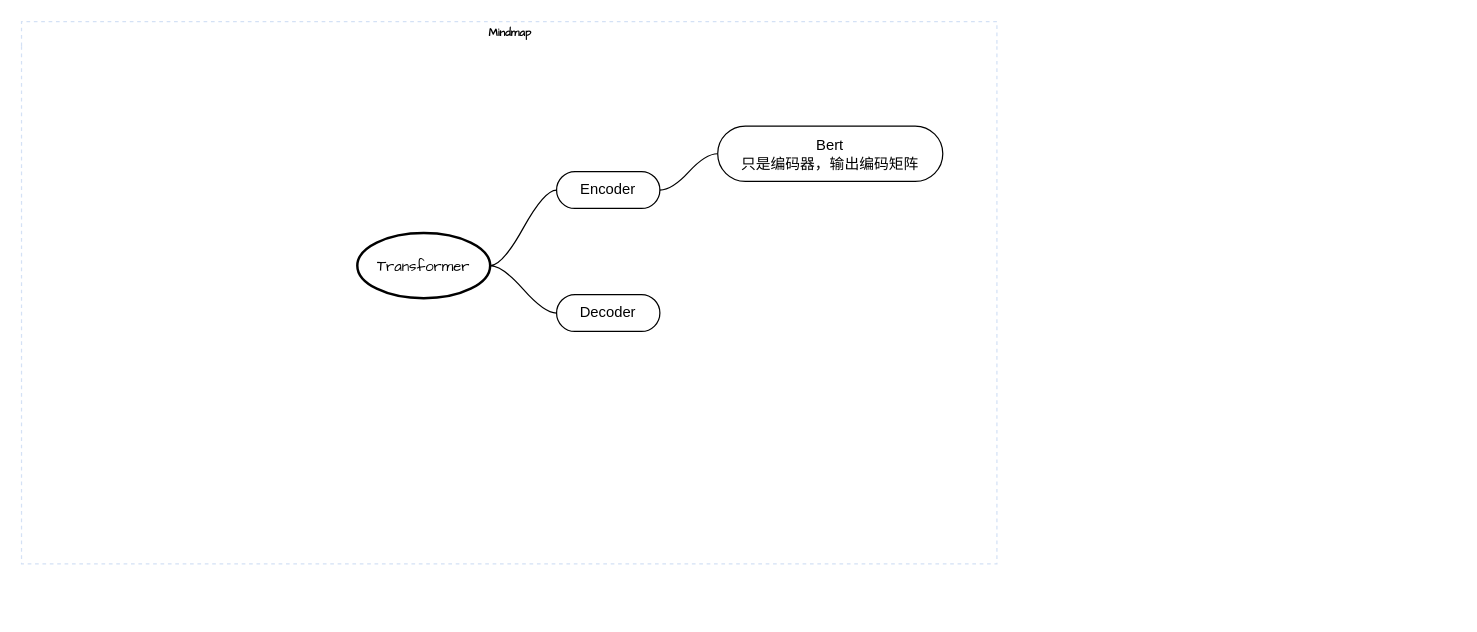
Earlier version of the draw.io diagram ai/Transformer.drawio (conglanjun/notebook_learn). Source tidied: cells renumbered, new cells numbered last; positions are measured from the earlier drawing's top-left corner, leaving out a move shared by most shapes. Both pictures are drawn from the tidied source at 123%, with x=0, y=0 at pixel (21, 21).
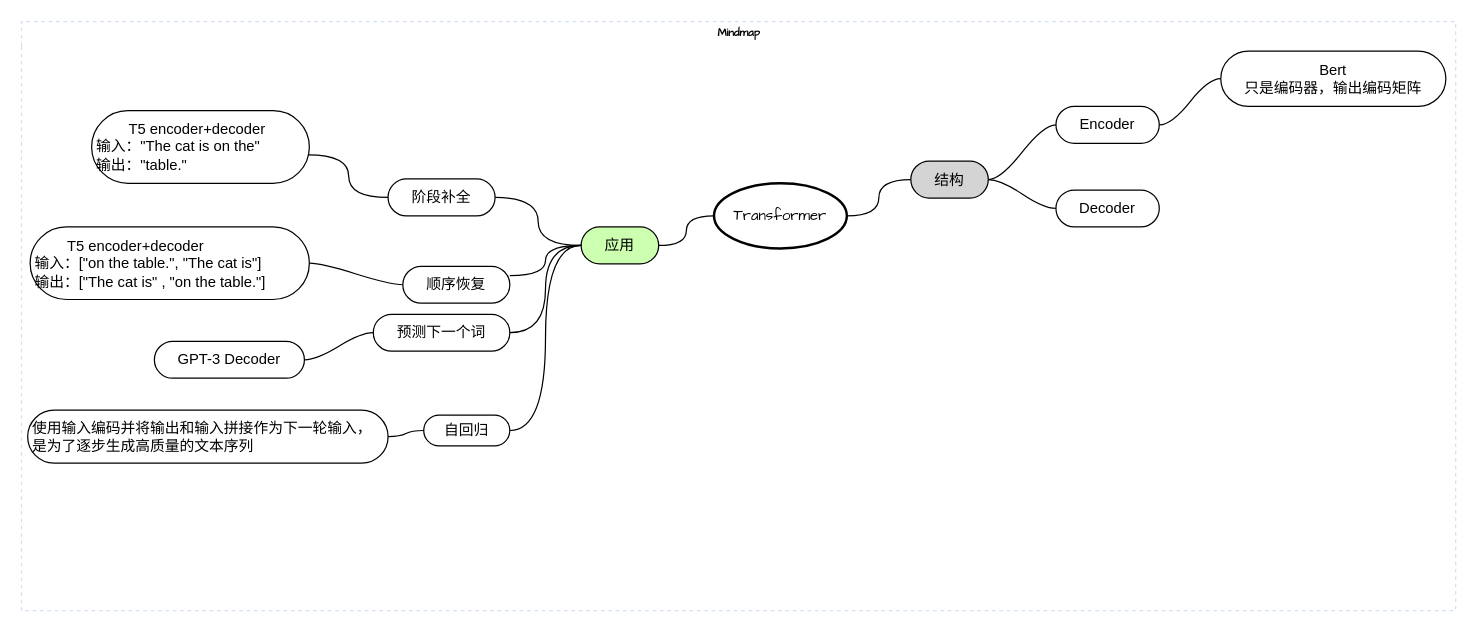
The same diagram, later.

The edit, as a diff of the source:
```diff
@@
     <mxCell id="2" value="Mindmap" style="swimlane;html=1;startSize=20;horizontal=1;containerType=tree;labelBackgroundColor=none;strokeColor=#D4E1F5;strokeWidth=1;fillColor=none;fontFamily=Comic Sans MS;fontSize=9;swimlaneLine=0;dashed=1;" parent="1" vertex="1">
-      <mxGeometry width="793" height="441" as="geometry" />
+      <mxGeometry width="1166" height="479" as="geometry" />
     </mxCell>
     <mxCell id="3" value="&lt;font face=&quot;Comic Sans MS&quot;&gt;Transformer&lt;/font&gt;" style="ellipse;whiteSpace=wrap;html=1;align=center;strokeWidth=2;" parent="2" vertex="1">
-      <mxGeometry x="273" y="172" width="108" height="53" as="geometry" />
+      <mxGeometry x="563" y="131.5" width="108" height="53" as="geometry" />
     </mxCell>
     <mxCell id="4" value="Encoder" style="whiteSpace=wrap;html=1;rounded=1;arcSize=50;align=center;verticalAlign=middle;strokeWidth=1;spacing=4;newEdgeStyle={&quot;edgeStyle&quot;:&quot;entityRelationEdgeStyle&quot;,&quot;startArrow&quot;:&quot;none&quot;,&quot;endArrow&quot;:&quot;none&quot;,&quot;segment&quot;:10,&quot;curved&quot;:1,&quot;sourcePerimeterSpacing&quot;:0,&quot;targetPerimeterSpacing&quot;:0};" parent="2" vertex="1">
-      <mxGeometry x="435" y="122" width="84" height="30" as="geometry" />
+      <mxGeometry x="841" y="69" width="84" height="30" as="geometry" />
     </mxCell>
-    <mxCell id="5" style="edgeStyle=entityRelationEdgeStyle;startArrow=none;endArrow=none;segment=10;curved=1;sourcePerimeterSpacing=0;targetPerimeterSpacing=0;rounded=0;exitX=1;exitY=0.5;exitDx=0;exitDy=0;" parent="2" edge="1" source="3" target="4">
-      <mxGeometry relative="1" as="geometry" />
-    </mxCell>
     <mxCell id="6" value="Decoder" style="whiteSpace=wrap;html=1;rounded=1;arcSize=50;align=center;verticalAlign=middle;strokeWidth=1;spacing=4;newEdgeStyle={&quot;edgeStyle&quot;:&quot;entityRelationEdgeStyle&quot;,&quot;startArrow&quot;:&quot;none&quot;,&quot;endArrow&quot;:&quot;none&quot;,&quot;segment&quot;:10,&quot;curved&quot;:1,&quot;sourcePerimeterSpacing&quot;:0,&quot;targetPerimeterSpacing&quot;:0};" parent="2" vertex="1">
-      <mxGeometry x="435" y="222" width="84" height="30" as="geometry" />
+      <mxGeometry x="841" y="137" width="84" height="30" as="geometry" />
     </mxCell>
-    <mxCell id="7" style="edgeStyle=entityRelationEdgeStyle;startArrow=none;endArrow=none;segment=10;curved=1;sourcePerimeterSpacing=0;targetPerimeterSpacing=0;rounded=0;exitX=1;exitY=0.5;exitDx=0;exitDy=0;entryX=0;entryY=0.5;entryDx=0;entryDy=0;" parent="2" edge="1" source="3" target="6">
-      <mxGeometry relative="1" as="geometry" />
-    </mxCell>
@@
     <mxCell id="9" value="Bert&lt;div&gt;只是编码器，输出编码矩阵&lt;/div&gt;" style="whiteSpace=wrap;html=1;rounded=1;arcSize=50;align=center;verticalAlign=middle;strokeWidth=1;spacing=4;newEdgeStyle={&quot;edgeStyle&quot;:&quot;entityRelationEdgeStyle&quot;,&quot;startArrow&quot;:&quot;none&quot;,&quot;endArrow&quot;:&quot;none&quot;,&quot;segment&quot;:10,&quot;curved&quot;:1,&quot;sourcePerimeterSpacing&quot;:0,&quot;targetPerimeterSpacing&quot;:0};" parent="2" vertex="1">
-      <mxGeometry x="566" y="85" width="183" height="45" as="geometry" />
+      <mxGeometry x="975" y="24" width="183" height="45" as="geometry" />
     </mxCell>
+    <mxCell id="5" style="edgeStyle=entityRelationEdgeStyle;startArrow=none;endArrow=none;segment=10;curved=1;sourcePerimeterSpacing=0;targetPerimeterSpacing=0;rounded=0;exitX=1;exitY=0.5;exitDx=0;exitDy=0;" parent="2" edge="1" source="11" target="4">
+      <mxGeometry relative="1" as="geometry">
+        <Array as="points">
+          <mxPoint x="789" y="217" />
+        </Array>
+      </mxGeometry>
+    </mxCell>
+    <mxCell id="7" style="edgeStyle=entityRelationEdgeStyle;startArrow=none;endArrow=none;segment=10;curved=1;sourcePerimeterSpacing=0;targetPerimeterSpacing=0;rounded=0;exitX=1;exitY=0.5;exitDx=0;exitDy=0;entryX=0;entryY=0.5;entryDx=0;entryDy=0;" parent="2" edge="1" source="11" target="6">
+      <mxGeometry relative="1" as="geometry" />
+    </mxCell>
+    <mxCell id="10" style="edgeStyle=orthogonalEdgeStyle;elbow=vertical;sourcePerimeterSpacing=0;targetPerimeterSpacing=0;startArrow=none;endArrow=none;rounded=0;curved=1;exitX=1;exitY=0.5;exitDx=0;exitDy=0;entryX=0;entryY=0.5;entryDx=0;entryDy=0;" parent="2" edge="1" source="3" target="11">
+      <mxGeometry relative="1" as="geometry" />
+    </mxCell>
+    <mxCell id="11" value="结构" style="whiteSpace=wrap;html=1;rounded=1;arcSize=50;align=center;verticalAlign=middle;strokeWidth=1;spacing=4;newEdgeStyle={&quot;edgeStyle&quot;:&quot;entityRelationEdgeStyle&quot;,&quot;startArrow&quot;:&quot;none&quot;,&quot;endArrow&quot;:&quot;none&quot;,&quot;segment&quot;:10,&quot;curved&quot;:1,&quot;sourcePerimeterSpacing&quot;:0,&quot;targetPerimeterSpacing&quot;:0};fillColor=#D4D4D4;" parent="2" vertex="1">
+      <mxGeometry x="723" y="113.5" width="63" height="30" as="geometry" />
+    </mxCell>
+    <mxCell id="12" value="应用" style="whiteSpace=wrap;html=1;rounded=1;arcSize=50;align=center;verticalAlign=middle;strokeWidth=1;spacing=4;newEdgeStyle={&quot;edgeStyle&quot;:&quot;entityRelationEdgeStyle&quot;,&quot;startArrow&quot;:&quot;none&quot;,&quot;endArrow&quot;:&quot;none&quot;,&quot;segment&quot;:10,&quot;curved&quot;:1,&quot;sourcePerimeterSpacing&quot;:0,&quot;targetPerimeterSpacing&quot;:0};fillColor=#CCFFAF;" parent="2" vertex="1">
+      <mxGeometry x="455" y="167" width="63" height="30" as="geometry" />
+    </mxCell>
+    <mxCell id="13" style="edgeStyle=orthogonalEdgeStyle;elbow=vertical;sourcePerimeterSpacing=0;targetPerimeterSpacing=0;startArrow=none;endArrow=none;rounded=0;curved=1;exitX=0;exitY=0.5;exitDx=0;exitDy=0;entryX=1;entryY=0.5;entryDx=0;entryDy=0;" parent="2" edge="1" source="3" target="12">
+      <mxGeometry relative="1" as="geometry" />
+    </mxCell>
+    <mxCell id="14" style="edgeStyle=orthogonalEdgeStyle;elbow=vertical;sourcePerimeterSpacing=0;targetPerimeterSpacing=0;startArrow=none;endArrow=none;rounded=0;curved=1;exitX=0;exitY=0.5;exitDx=0;exitDy=0;entryX=1;entryY=0.5;entryDx=0;entryDy=0;" parent="2" edge="1" source="12" target="15">
+      <mxGeometry relative="1" as="geometry" />
+    </mxCell>
+    <mxCell id="15" value="阶段补全" style="whiteSpace=wrap;html=1;rounded=1;arcSize=50;align=center;verticalAlign=middle;strokeWidth=1;spacing=4;newEdgeStyle={&quot;edgeStyle&quot;:&quot;entityRelationEdgeStyle&quot;,&quot;startArrow&quot;:&quot;none&quot;,&quot;endArrow&quot;:&quot;none&quot;,&quot;segment&quot;:10,&quot;curved&quot;:1,&quot;sourcePerimeterSpacing&quot;:0,&quot;targetPerimeterSpacing&quot;:0};fillColor=#FFFFFF;" parent="2" vertex="1">
+      <mxGeometry x="298" y="128" width="87" height="30" as="geometry" />
+    </mxCell>
+    <mxCell id="16" style="edgeStyle=entityRelationEdgeStyle;rounded=0;jettySize=auto;html=1;startArrow=none;endArrow=none;segment=10;curved=1;sourcePerimeterSpacing=0;targetPerimeterSpacing=0;entryX=1;entryY=0.5;entryDx=0;entryDy=0;exitX=0;exitY=0.5;exitDx=0;exitDy=0;" parent="2" edge="1" source="17" target="19">
+      <mxGeometry relative="1" as="geometry" />
+    </mxCell>
+    <mxCell id="17" value="顺序恢复" style="whiteSpace=wrap;html=1;rounded=1;arcSize=50;align=center;verticalAlign=middle;strokeWidth=1;spacing=4;newEdgeStyle={&quot;edgeStyle&quot;:&quot;entityRelationEdgeStyle&quot;,&quot;startArrow&quot;:&quot;none&quot;,&quot;endArrow&quot;:&quot;none&quot;,&quot;segment&quot;:10,&quot;curved&quot;:1,&quot;sourcePerimeterSpacing&quot;:0,&quot;targetPerimeterSpacing&quot;:0};fillColor=#FFFFFF;" parent="2" vertex="1">
+      <mxGeometry x="310" y="199" width="87" height="30" as="geometry" />
+    </mxCell>
+    <mxCell id="18" style="edgeStyle=orthogonalEdgeStyle;elbow=vertical;sourcePerimeterSpacing=0;targetPerimeterSpacing=0;startArrow=none;endArrow=none;rounded=0;curved=1;exitX=0;exitY=0.5;exitDx=0;exitDy=0;entryX=1;entryY=0.25;entryDx=0;entryDy=0;" parent="2" edge="1" source="12" target="17">
+      <mxGeometry relative="1" as="geometry" />
+    </mxCell>
+    <mxCell id="19" value="&lt;div&gt;&amp;nbsp; &amp;nbsp; &amp;nbsp; &amp;nbsp; T5&amp;nbsp;&lt;span style=&quot;background-color: transparent; color: light-dark(rgb(0, 0, 0), rgb(255, 255, 255));&quot;&gt;encoder+decoder&lt;/span&gt;&lt;/div&gt;输入：[&quot;on the table.&quot;, &quot;The cat is&quot;]&lt;div&gt;输出：[&quot;The cat is&quot; , &quot;on the table.&quot;]&lt;/div&gt;" style="whiteSpace=wrap;html=1;rounded=1;arcSize=50;align=center;verticalAlign=middle;strokeWidth=1;spacing=4;newEdgeStyle={&quot;edgeStyle&quot;:&quot;entityRelationEdgeStyle&quot;,&quot;startArrow&quot;:&quot;none&quot;,&quot;endArrow&quot;:&quot;none&quot;,&quot;segment&quot;:10,&quot;curved&quot;:1,&quot;sourcePerimeterSpacing&quot;:0,&quot;targetPerimeterSpacing&quot;:0};fillColor=#FFFFFF;align=left;" parent="2" vertex="1">
+      <mxGeometry x="7" y="167" width="227" height="59" as="geometry" />
+    </mxCell>
+    <mxCell id="20" value="预测下一个词" style="whiteSpace=wrap;html=1;rounded=1;arcSize=50;align=center;verticalAlign=middle;strokeWidth=1;spacing=4;newEdgeStyle={&quot;edgeStyle&quot;:&quot;entityRelationEdgeStyle&quot;,&quot;startArrow&quot;:&quot;none&quot;,&quot;endArrow&quot;:&quot;none&quot;,&quot;segment&quot;:10,&quot;curved&quot;:1,&quot;sourcePerimeterSpacing&quot;:0,&quot;targetPerimeterSpacing&quot;:0};fillColor=#FFFFFF;" parent="2" vertex="1">
+      <mxGeometry x="286" y="238" width="111" height="30" as="geometry" />
+    </mxCell>
+    <mxCell id="21" style="edgeStyle=orthogonalEdgeStyle;elbow=vertical;sourcePerimeterSpacing=0;targetPerimeterSpacing=0;startArrow=none;endArrow=none;rounded=0;curved=1;exitX=0;exitY=0.5;exitDx=0;exitDy=0;entryX=1;entryY=0.5;entryDx=0;entryDy=0;" parent="2" edge="1" source="12" target="20">
+      <mxGeometry relative="1" as="geometry" />
+    </mxCell>
+    <mxCell id="22" value="GPT-3 Decoder" style="whiteSpace=wrap;html=1;rounded=1;arcSize=50;align=center;verticalAlign=middle;strokeWidth=1;spacing=4;newEdgeStyle={&quot;edgeStyle&quot;:&quot;entityRelationEdgeStyle&quot;,&quot;startArrow&quot;:&quot;none&quot;,&quot;endArrow&quot;:&quot;none&quot;,&quot;segment&quot;:10,&quot;curved&quot;:1,&quot;sourcePerimeterSpacing&quot;:0,&quot;targetPerimeterSpacing&quot;:0};fillColor=#FFFFFF;" parent="2" vertex="1">
+      <mxGeometry x="108" y="260" width="122" height="30" as="geometry" />
+    </mxCell>
+    <mxCell id="23" style="edgeStyle=entityRelationEdgeStyle;rounded=0;jettySize=auto;html=1;startArrow=none;endArrow=none;segment=10;curved=1;sourcePerimeterSpacing=0;targetPerimeterSpacing=0;entryX=1;entryY=0.5;entryDx=0;entryDy=0;exitX=0;exitY=0.5;exitDx=0;exitDy=0;" parent="2" edge="1" source="20" target="22">
+      <mxGeometry relative="1" as="geometry" />
+    </mxCell>
+    <mxCell id="24" value="自回归" style="whiteSpace=wrap;html=1;rounded=1;arcSize=50;align=center;verticalAlign=middle;strokeWidth=1;spacing=4;newEdgeStyle={&quot;edgeStyle&quot;:&quot;entityRelationEdgeStyle&quot;,&quot;startArrow&quot;:&quot;none&quot;,&quot;endArrow&quot;:&quot;none&quot;,&quot;segment&quot;:10,&quot;curved&quot;:1,&quot;sourcePerimeterSpacing&quot;:0,&quot;targetPerimeterSpacing&quot;:0};fillColor=#FFFFFF;" parent="2" vertex="1">
+      <mxGeometry x="327" y="320" width="70" height="25" as="geometry" />
+    </mxCell>
+    <mxCell id="25" value="&lt;div&gt;&amp;nbsp; &amp;nbsp; &amp;nbsp; &amp;nbsp; T5 encoder+decoder&lt;/div&gt;输入：&quot;The cat is on the&quot;&lt;div&gt;输出：&quot;table.&quot;&lt;/div&gt;" style="whiteSpace=wrap;html=1;rounded=1;arcSize=50;align=center;verticalAlign=middle;strokeWidth=1;spacing=4;newEdgeStyle={&quot;edgeStyle&quot;:&quot;entityRelationEdgeStyle&quot;,&quot;startArrow&quot;:&quot;none&quot;,&quot;endArrow&quot;:&quot;none&quot;,&quot;segment&quot;:10,&quot;curved&quot;:1,&quot;sourcePerimeterSpacing&quot;:0,&quot;targetPerimeterSpacing&quot;:0};fillColor=#FFFFFF;align=left;" parent="2" vertex="1">
+      <mxGeometry x="57" y="72.5" width="177" height="59" as="geometry" />
+    </mxCell>
+    <mxCell id="26" style="edgeStyle=orthogonalEdgeStyle;elbow=vertical;sourcePerimeterSpacing=0;targetPerimeterSpacing=0;startArrow=none;endArrow=none;rounded=0;curved=1;exitX=0;exitY=0.5;exitDx=0;exitDy=0;entryX=0.993;entryY=0.61;entryDx=0;entryDy=0;entryPerimeter=0;" parent="2" edge="1" source="15" target="25">
+      <mxGeometry relative="1" as="geometry" />
+    </mxCell>
+    <mxCell id="27" style="edgeStyle=entityRelationEdgeStyle;rounded=0;jettySize=auto;html=1;startArrow=none;endArrow=none;segment=10;curved=1;sourcePerimeterSpacing=0;targetPerimeterSpacing=0;entryX=1;entryY=0.5;entryDx=0;entryDy=0;exitX=0;exitY=0.5;exitDx=0;exitDy=0;" parent="2" edge="1" source="24" target="28">
+      <mxGeometry relative="1" as="geometry" />
+    </mxCell>
+    <mxCell id="28" value="使用输入编码并将输出和输入拼接作为下一轮输入，&lt;div&gt;是为了逐步生成高质量的文本序列&lt;/div&gt;" style="whiteSpace=wrap;html=1;rounded=1;arcSize=50;align=center;verticalAlign=middle;strokeWidth=1;spacing=4;newEdgeStyle={&quot;edgeStyle&quot;:&quot;entityRelationEdgeStyle&quot;,&quot;startArrow&quot;:&quot;none&quot;,&quot;endArrow&quot;:&quot;none&quot;,&quot;segment&quot;:10,&quot;curved&quot;:1,&quot;sourcePerimeterSpacing&quot;:0,&quot;targetPerimeterSpacing&quot;:0};fillColor=#FFFFFF;align=left;" parent="2" vertex="1">
+      <mxGeometry x="5" y="316" width="293" height="43" as="geometry" />
+    </mxCell>
+    <mxCell id="29" style="edgeStyle=orthogonalEdgeStyle;elbow=vertical;sourcePerimeterSpacing=0;targetPerimeterSpacing=0;startArrow=none;endArrow=none;rounded=0;curved=1;exitX=0;exitY=0.5;exitDx=0;exitDy=0;entryX=1;entryY=0.5;entryDx=0;entryDy=0;" parent="2" edge="1" source="12" target="24">
+      <mxGeometry relative="1" as="geometry" />
+    </mxCell>
```
